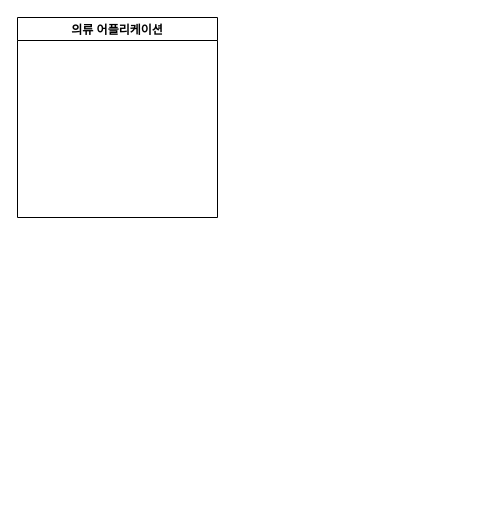
Above: Use case .drawio in lasilla20/lasilla20 (draw.io), before the change. Source tidied: cells renumbered, new cells numbered last; positions are measured from the earlier drawing's top-left corner, leaving out a move shared by most shapes. Both pictures are drawn from the tidied source at 100%, with x=0, y=0 at pixel (17, 17).
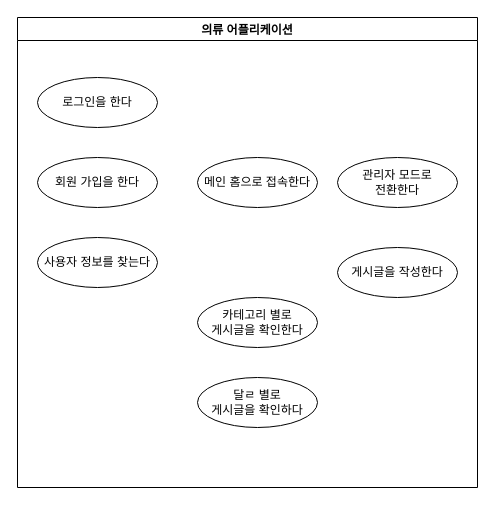
Above is the later version.

The edit, as a diff of the source:
```diff
@@
 <mxGraphModel>
   <root>
     <mxCell id="0" />
     <mxCell id="1" parent="0" />
     <mxCell id="2" value="의류 어플리케이션" style="swimlane;" parent="1" vertex="1">
-      <mxGeometry width="200" height="200" as="geometry" />
+      <mxGeometry width="460" height="470" as="geometry" />
     </mxCell>
+    <mxCell id="3" value="로그인을 한다" style="ellipse;whiteSpace=wrap;html=1;" parent="2" vertex="1">
+      <mxGeometry x="20" y="60" width="120" height="50" as="geometry" />
+    </mxCell>
+    <mxCell id="4" value="회원 가입을 한다" style="ellipse;whiteSpace=wrap;html=1;" parent="2" vertex="1">
+      <mxGeometry x="20" y="140" width="120" height="50" as="geometry" />
+    </mxCell>
+    <mxCell id="5" value="사용자 정보를 찾는다" style="ellipse;whiteSpace=wrap;html=1;" parent="2" vertex="1">
+      <mxGeometry x="20" y="220" width="120" height="50" as="geometry" />
+    </mxCell>
+    <mxCell id="6" value="메인 홈으로 접속한다" style="ellipse;whiteSpace=wrap;html=1;" parent="2" vertex="1">
+      <mxGeometry x="180" y="140" width="120" height="50" as="geometry" />
+    </mxCell>
+    <mxCell id="7" value="관리자 모드로&lt;br&gt;전환한다" style="ellipse;whiteSpace=wrap;html=1;" parent="2" vertex="1">
+      <mxGeometry x="320" y="140" width="120" height="50" as="geometry" />
+    </mxCell>
+    <mxCell id="8" value="게시글을 작성한다" style="ellipse;whiteSpace=wrap;html=1;" parent="2" vertex="1">
+      <mxGeometry x="320" y="230" width="120" height="50" as="geometry" />
+    </mxCell>
+    <mxCell id="9" value="카테고리 별로&lt;br&gt;게시글을 확인한다" style="ellipse;whiteSpace=wrap;html=1;" parent="2" vertex="1">
+      <mxGeometry x="180" y="280" width="120" height="50" as="geometry" />
+    </mxCell>
+    <mxCell id="10" value="달ㄹ 별로&lt;br&gt;게시글을 확인하다" style="ellipse;whiteSpace=wrap;html=1;" parent="2" vertex="1">
+      <mxGeometry x="180" y="360" width="120" height="50" as="geometry" />
+    </mxCell>
   </root>
 </mxGraphModel>
```
